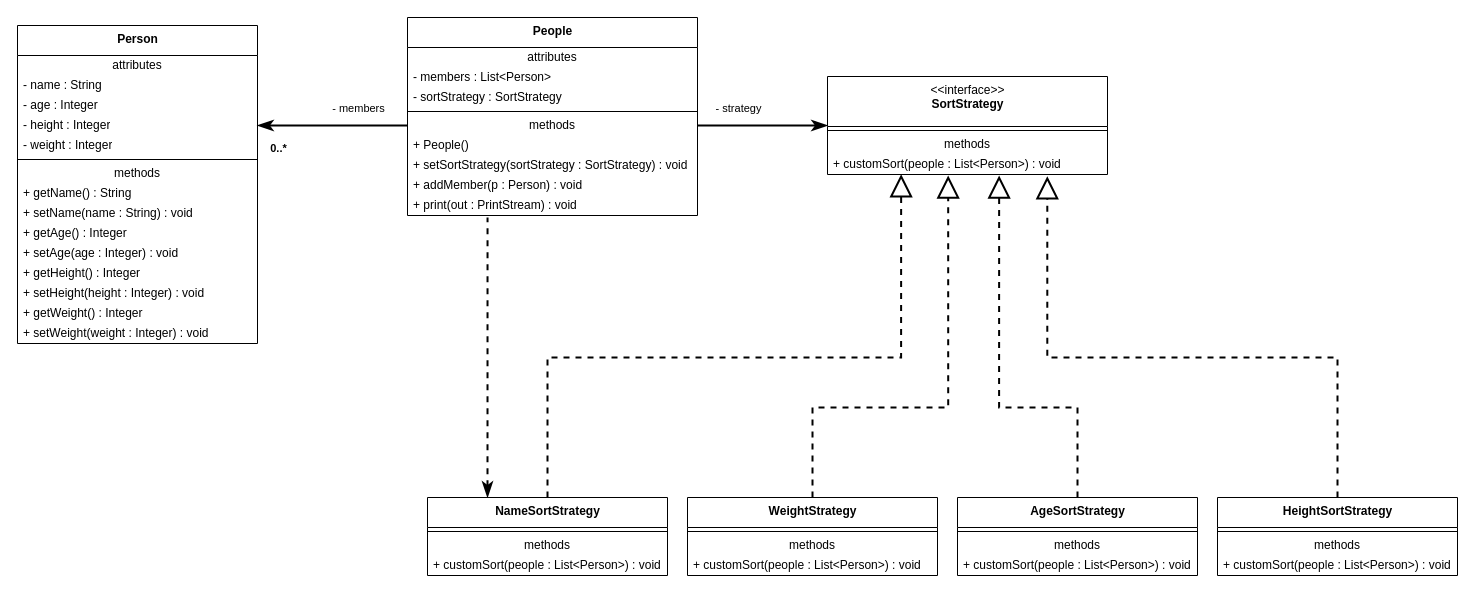
Earlier version of the draw.io diagram Lab10_Behavior_Design_Patterns_2/uml_diagram/Lab10_UML.drawio (nontapanr/SoftArchDesign). Source tidied: cells renumbered, new cells numbered last; positions are measured from the earlier drawing's top-left corner, leaving out a move shared by most shapes. Both pictures are drawn from the tidied source at 100%, with x=0, y=0 at pixel (17, 17).
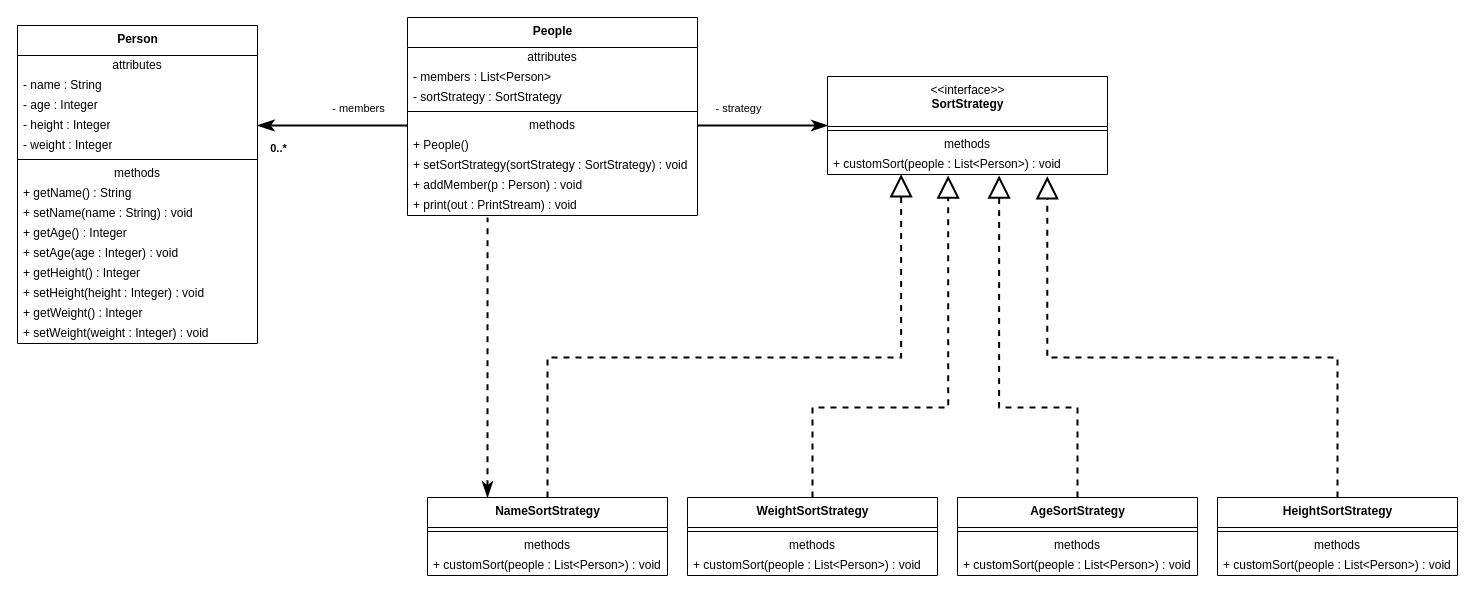
After the change.

Unchanged cells that the change refers to:
```xml
<mxCell id="32" value="methods" style="text;html=1;strokeColor=none;fillColor=none;align=center;verticalAlign=middle;spacingLeft=4;spacingRight=4;overflow=hidden;points=[[0,0.5],[1,0.5]];portConstraint=eastwest;" parent="27" vertex="1">
  <mxGeometry y="98" width="290" height="20" as="geometry" />
</mxCell>
<mxCell id="41" value="- height : Integer" style="text;html=1;strokeColor=none;fillColor=none;align=left;verticalAlign=middle;spacingLeft=4;spacingRight=4;overflow=hidden;points=[[0,0.5],[1,0.5]];portConstraint=eastwest;" parent="37" vertex="1">
  <mxGeometry y="90" width="240" height="20" as="geometry" />
</mxCell>
```

The edit, as a diff of the source:
```diff
@@
-    <mxCell id="7" value="&lt;b&gt;WeightStrategy&lt;/b&gt;" style="swimlane;fontStyle=0;align=center;verticalAlign=top;horizontal=1;startSize=30;html=1;" parent="1" vertex="1">
+    <mxCell id="7" value="&lt;b&gt;WeightSortStrategy&lt;/b&gt;" style="swimlane;fontStyle=0;align=center;verticalAlign=top;horizontal=1;startSize=30;html=1;" parent="1" vertex="1">
       <mxGeometry x="670" y="480" width="250" height="78" as="geometry" />
     </mxCell>
@@
-    <mxCell id="55" style="edgeStyle=none;rounded=0;jettySize=auto;html=1;exitX=0;exitY=0.5;exitDx=0;exitDy=0;entryX=1;entryY=0.5;entryDx=0;entryDy=0;startArrow=none;startFill=0;endArrow=classicThin;endFill=1;startSize=20;endSize=10;strokeColor=default;strokeWidth=2;" parent="1" edge="1" source="32" target="41">
+    <mxCell id="55" style="edgeStyle=none;rounded=0;jettySize=auto;html=1;exitX=0;exitY=0.5;exitDx=0;exitDy=0;entryX=1;entryY=0.5;entryDx=0;entryDy=0;startArrow=none;startFill=0;endArrow=classicThin;endFill=1;startSize=20;endSize=11;strokeColor=default;strokeWidth=2;" parent="1" edge="1" source="32" target="41">
       <mxGeometry relative="1" as="geometry" />
     </mxCell>
```
